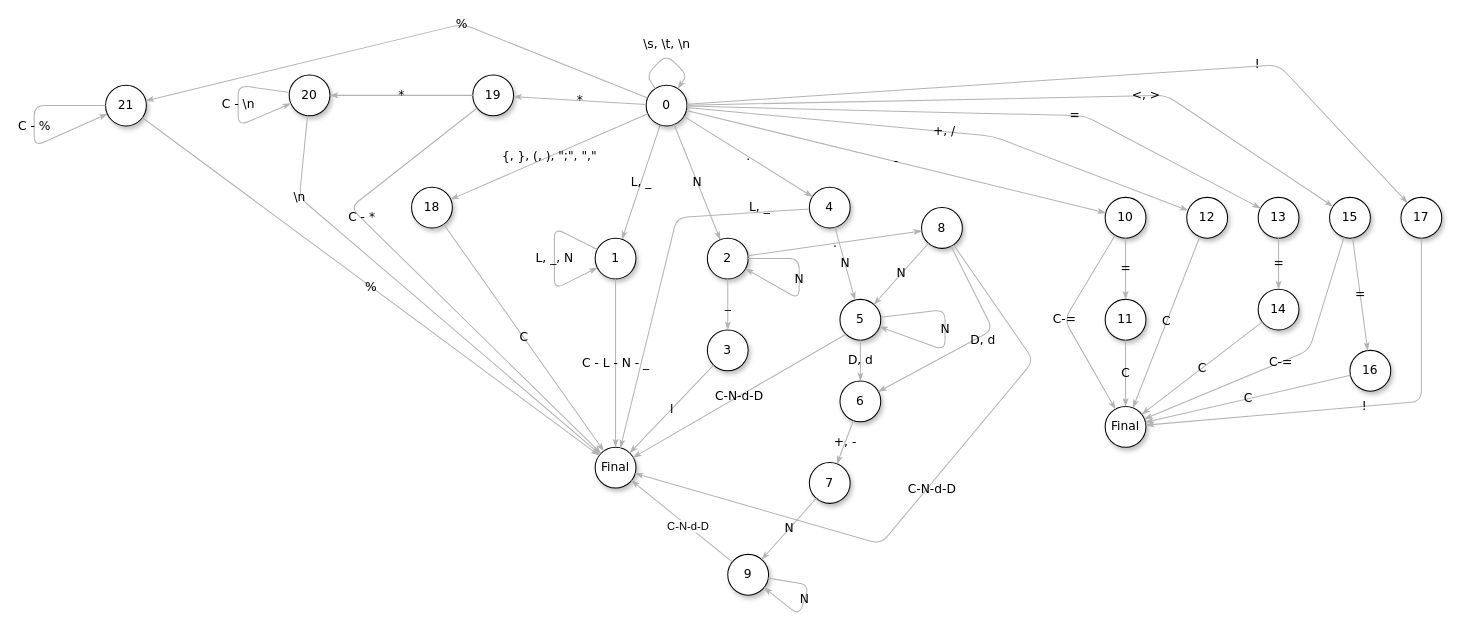
Before: docs/automata.drawio in fnicolasmedioli/compilador, a draw.io diagram. Source tidied: cells renumbered, new cells numbered last; positions are measured from the earlier drawing's top-left corner, leaving out a move shared by most shapes. Both pictures are drawn from the tidied source at 102%, with x=0, y=0 at pixel (34, 23).
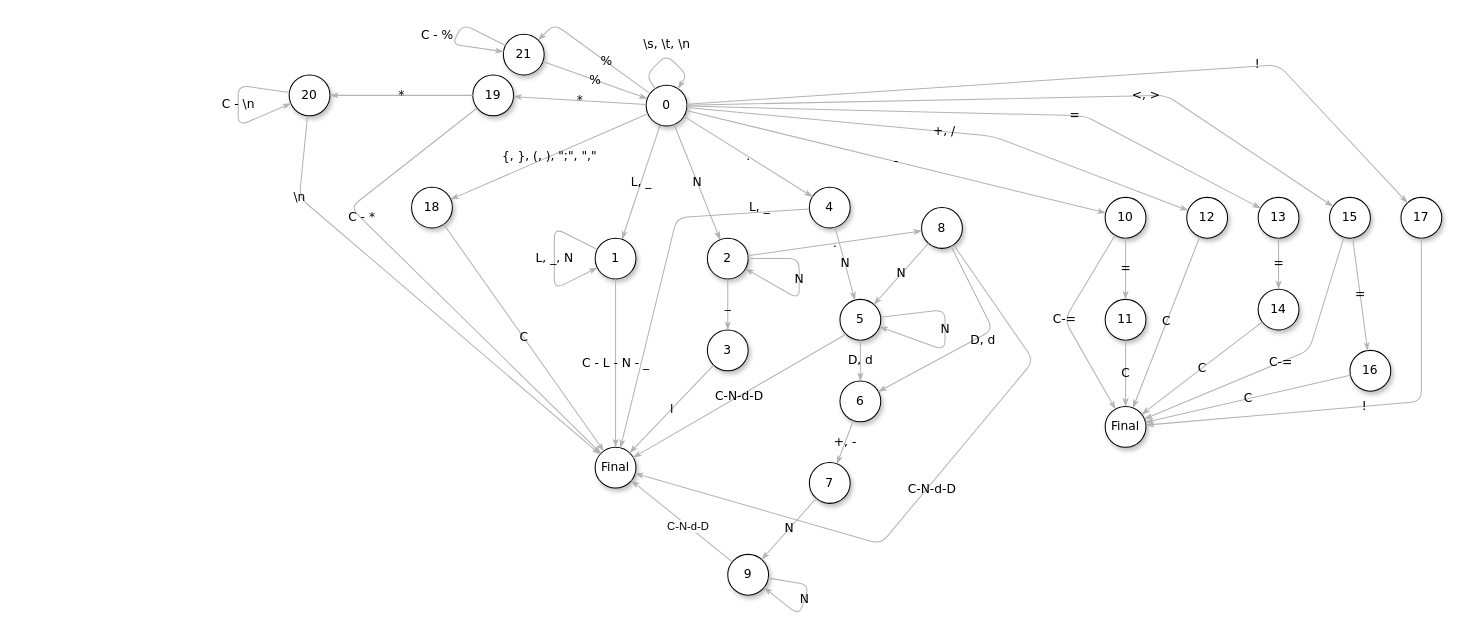
Above is the later version.

The change refers to these unchanged cells:
```xml
<mxCell id="3" value="0" style="ellipse;whiteSpace=wrap;html=1;rounded=0;shadow=1;comic=0;labelBackgroundColor=none;strokeWidth=1;fontFamily=Verdana;fontSize=12;align=center;" parent="1" vertex="1">
  <mxGeometry x="600" y="60" width="40" height="40" as="geometry" />
</mxCell>
<mxCell id="8" value="Final" style="ellipse;whiteSpace=wrap;html=1;rounded=0;shadow=1;comic=0;labelBackgroundColor=none;strokeWidth=1;fontFamily=Verdana;fontSize=12;align=center;" parent="1" vertex="1">
  <mxGeometry x="550" y="415" width="40" height="40" as="geometry" />
</mxCell>
```

What changed in the source:
```diff
@@
     <mxCell id="68" value="21" style="ellipse;whiteSpace=wrap;html=1;rounded=0;shadow=1;comic=0;labelBackgroundColor=none;strokeWidth=1;fontFamily=Verdana;fontSize=12;align=center;" parent="1" vertex="1">
-      <mxGeometry x="70" y="60" width="40" height="40" as="geometry" />
+      <mxGeometry x="460" y="10" width="40" height="40" as="geometry" />
     </mxCell>
     <mxCell id="69" value="%" style="edgeStyle=none;rounded=1;html=1;labelBackgroundColor=none;startArrow=none;startFill=0;startSize=5;endArrow=classicThin;endFill=1;endSize=5;jettySize=auto;strokeColor=#B3B3B3;strokeWidth=1;fontFamily=Verdana;fontSize=12;" parent="1" edge="1" source="3" target="68">
       <mxGeometry x="-0.24" relative="1" as="geometry">
         <Array as="points">
-          <mxPoint x="420" />
+          <mxPoint x="510" />
         </Array>
       </mxGeometry>
     </mxCell>
     <mxCell id="70" value="C - %" style="edgeStyle=none;rounded=1;html=1;labelBackgroundColor=none;startArrow=none;startFill=0;startSize=5;endArrow=classicThin;endFill=1;endSize=5;jettySize=auto;orthogonalLoop=1;strokeColor=#B3B3B3;strokeWidth=1;fontFamily=Verdana;fontSize=12;elbow=vertical;" parent="1" edge="1" source="68" target="68">
-      <mxGeometry x="-0.04" relative="1" as="geometry">
+      <mxGeometry x="0.26" y="22" relative="1" as="geometry">
         <Array as="points">
-          <mxPoint y="80" />
-          <mxPoint y="120" />
+          <mxPoint x="420" />
+          <mxPoint x="410" y="20" />
         </Array>
+        <mxPoint x="-25" y="12" as="offset" />
       </mxGeometry>
     </mxCell>
-    <mxCell id="71" value="%" style="edgeStyle=none;rounded=1;html=1;labelBackgroundColor=none;startArrow=none;startFill=0;startSize=5;endArrow=classicThin;endFill=1;endSize=5;jettySize=auto;strokeColor=#B3B3B3;strokeWidth=1;fontFamily=Verdana;fontSize=12;" parent="1" edge="1" source="68" target="8">
+    <mxCell id="71" value="%" style="edgeStyle=none;rounded=1;html=1;labelBackgroundColor=none;startArrow=none;startFill=0;startSize=5;endArrow=classicThin;endFill=1;endSize=5;jettySize=auto;strokeColor=#B3B3B3;strokeWidth=1;fontFamily=Verdana;fontSize=12;" parent="1" edge="1" source="68" target="3">
       <mxGeometry relative="1" as="geometry" />
     </mxCell>
```
